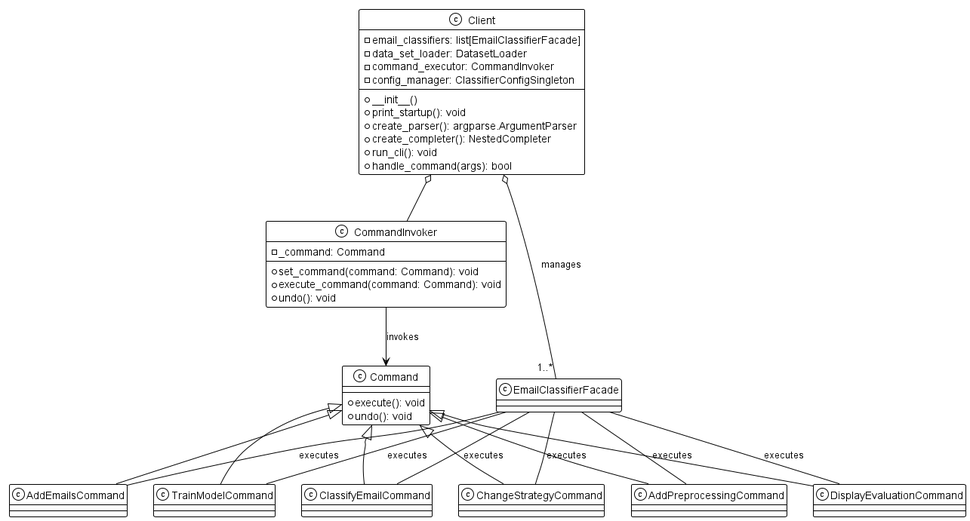
Earlier version of the PlantUML export out/uml/classifier_commands/classifier_commands.png (chrnas/email-classifier). Source of this version:
```plantuml
@startuml
!theme mono


class Client  {
    - email_classifiers: list[EmailClassifierFacade]
    - data_set_loader: DatasetLoader
    - command_executor: CommandInvoker
    + __init__()
    + print_startup(): void
    + create_parser(): argparse.ArgumentParser
    + create_completer(): NestedCompleter
    + run_cli(): void
    + handle_command(args): bool
    - config_manager: ClassifierConfigSingleton
}

class CommandInvoker {
    - _command: Command
    + set_command(command: Command): void
    + execute_command(command: Command): void
    + undo(): void
}


class Command {
    + execute(): void
    + undo(): void
}

class AddEmailsCommand {
}

class ClassifyEmailCommand {
}

class ChangeStrategyCommand {
}

class AddPreprocessingCommand {
}

class TrainModelCommand {
}

class DisplayEvaluationCommand {
}

class EmailClassifierFacade {
}

Client o-- "1..*" EmailClassifierFacade : manages
Client o-- CommandInvoker
CommandInvoker --> Command : invokes
Command <|-- AddEmailsCommand
Command <|-- ClassifyEmailCommand
Command <|-- ChangeStrategyCommand
Command <|-- AddPreprocessingCommand
Command <|-- TrainModelCommand
Command <|-- DisplayEvaluationCommand

EmailClassifierFacade -- AddEmailsCommand: executes
EmailClassifierFacade -- ClassifyEmailCommand: executes
EmailClassifierFacade -- ChangeStrategyCommand: executes
EmailClassifierFacade -- AddPreprocessingCommand: executes
EmailClassifierFacade -- TrainModelCommand: executes
EmailClassifierFacade -- DisplayEvaluationCommand: executes

@enduml
```
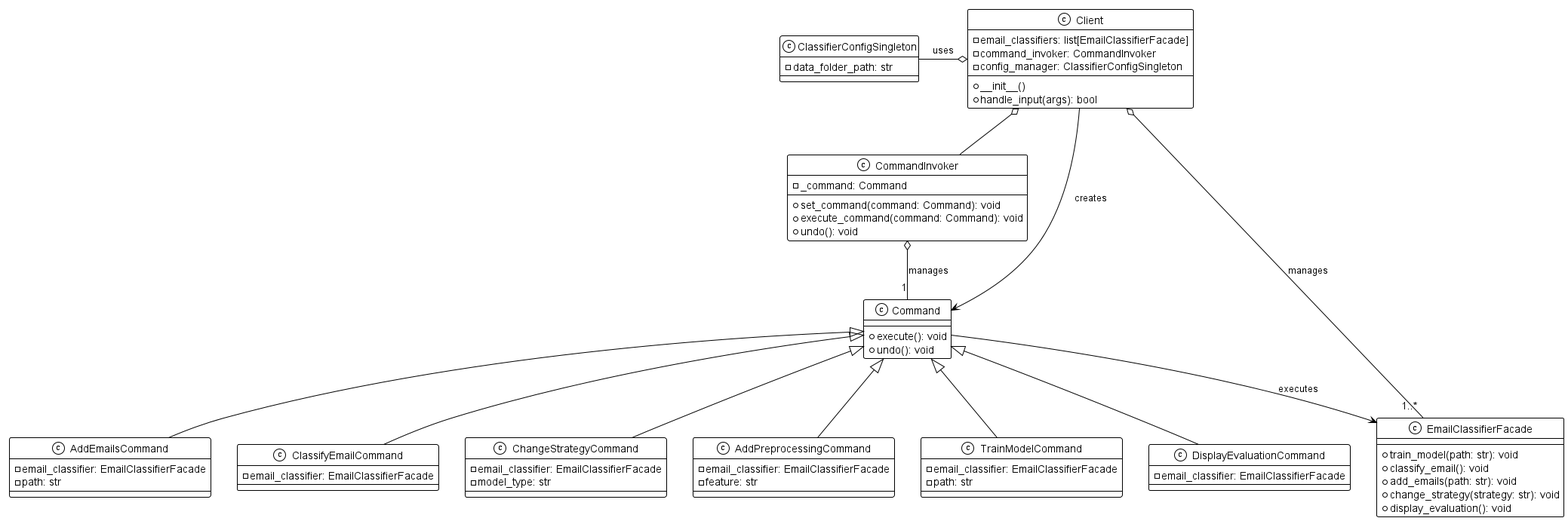
Later version of the same file.

The edit, as a diff of the source:
```diff
@@ -1,18 +1,12 @@
 @startuml
 !theme mono
 
-
 class Client  {
     - email_classifiers: list[EmailClassifierFacade]
-    - data_set_loader: DatasetLoader
-    - command_executor: CommandInvoker
+    - command_invoker: CommandInvoker
+    - config_manager: ClassifierConfigSingleton
     + __init__()
-    + print_startup(): void
-    + create_parser(): argparse.ArgumentParser
-    + create_completer(): NestedCompleter
-    + run_cli(): void
-    + handle_command(args): bool
-    - config_manager: ClassifierConfigSingleton
+    + handle_input(args): bool
 }
 
 class CommandInvoker {
@@ -22,48 +16,63 @@
     + undo(): void
 }
 
-
 class Command {
     + execute(): void
     + undo(): void
 }
 
 class AddEmailsCommand {
+    - email_classifier: EmailClassifierFacade
+    - path: str
 }
 
 class ClassifyEmailCommand {
+    - email_classifier: EmailClassifierFacade
 }
 
 class ChangeStrategyCommand {
+    - email_classifier: EmailClassifierFacade
+    - model_type: str
 }
 
 class AddPreprocessingCommand {
+    - email_classifier: EmailClassifierFacade
+    - feature: str
 }
 
 class TrainModelCommand {
+    - email_classifier: EmailClassifierFacade
+    - path: str
 }
 
 class DisplayEvaluationCommand {
+    - email_classifier: EmailClassifierFacade
 }
 
 class EmailClassifierFacade {
+    + train_model(path: str): void
+    + classify_email(): void
+    + add_emails(path: str): void
+    + change_strategy(strategy: str): void
+    + display_evaluation(): void
+}
+
+class ClassifierConfigSingleton {
+    - data_folder_path: str
 }
 
 Client o-- "1..*" EmailClassifierFacade : manages
 Client o-- CommandInvoker
-CommandInvoker --> Command : invokes
+CommandInvoker o-- "1" Command : manages
 Command <|-- AddEmailsCommand
 Command <|-- ClassifyEmailCommand
 Command <|-- ChangeStrategyCommand
 Command <|-- AddPreprocessingCommand
 Command <|-- TrainModelCommand
 Command <|-- DisplayEvaluationCommand
+Client o-left- ClassifierConfigSingleton : uses
 
-EmailClassifierFacade -- AddEmailsCommand: executes
-EmailClassifierFacade -- ClassifyEmailCommand: executes
-EmailClassifierFacade -- ChangeStrategyCommand: executes
-EmailClassifierFacade -- AddPreprocessingCommand: executes
-EmailClassifierFacade -- TrainModelCommand: executes
-EmailClassifierFacade -- DisplayEvaluationCommand: executes
+Command --> EmailClassifierFacade : executes
+Client --> Command : creates
 
 @enduml
```
